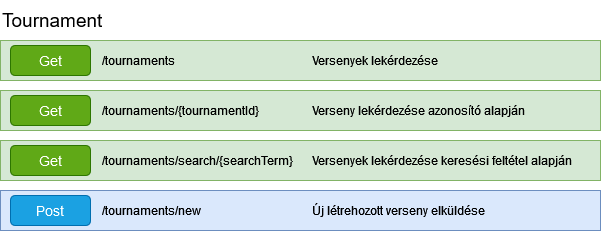
Before: szakdolgozat/images/Tournament_Vegpontok.drawio.png, a diagram exported from draw.io (TBalint1/P2GNFT_Szakdolgozat). Source tidied: cells renumbered, new cells last; positions are measured from the earlier drawing's top-left corner, leaving out a move shared by most shapes.
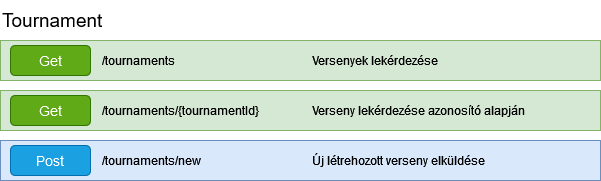
After the commit.

What changed in the source:
```diff
@@ -29,29 +29,17 @@
     <mxCell id="10" value="Verseny lekérdezése azonosító alapján" style="text;html=1;align=left;verticalAlign=middle;whiteSpace=wrap;rounded=0;" parent="1" vertex="1">
       <mxGeometry x="310" y="95" width="290" height="30" as="geometry" />
     </mxCell>
-    <mxCell id="11" style="rounded=0;whiteSpace=wrap;html=1;fillColor=#d5e8d4;strokeColor=#82b366;" parent="1" vertex="1">
-      <mxGeometry y="140" width="600" height="40" as="geometry" />
-    </mxCell>
-    <mxCell id="12" value="&lt;font style=&quot;font-size: 14px;&quot;&gt;Get&lt;/font&gt;" style="rounded=1;whiteSpace=wrap;html=1;fillColor=#60a917;strokeColor=#2D7600;fontColor=#ffffff;" parent="1" vertex="1">
-      <mxGeometry x="10" y="145" width="80" height="30" as="geometry" />
-    </mxCell>
-    <mxCell id="13" value="/tournaments/search/{searchTerm}" style="text;html=1;align=left;verticalAlign=middle;whiteSpace=wrap;rounded=0;" parent="1" vertex="1">
-      <mxGeometry x="100" y="145" width="200" height="30" as="geometry" />
-    </mxCell>
-    <mxCell id="14" value="Versenyek lekérdezése keresési feltétel alapján" style="text;html=1;align=left;verticalAlign=middle;whiteSpace=wrap;rounded=0;" parent="1" vertex="1">
-      <mxGeometry x="310" y="145" width="290" height="30" as="geometry" />
-    </mxCell>
     <mxCell id="15" style="rounded=0;whiteSpace=wrap;html=1;fillColor=#dae8fc;strokeColor=#6c8ebf;" parent="1" vertex="1">
-      <mxGeometry y="190" width="600" height="40" as="geometry" />
+      <mxGeometry y="140" width="600" height="40" as="geometry" />
     </mxCell>
     <mxCell id="16" value="&lt;font style=&quot;font-size: 14px;&quot;&gt;Post&lt;/font&gt;" style="rounded=1;whiteSpace=wrap;html=1;fillColor=#1ba1e2;strokeColor=#006EAF;fontColor=#ffffff;" parent="1" vertex="1">
-      <mxGeometry x="10" y="195" width="80" height="30" as="geometry" />
+      <mxGeometry x="10" y="145" width="80" height="30" as="geometry" />
     </mxCell>
     <mxCell id="17" value="/tournaments/new" style="text;html=1;align=left;verticalAlign=middle;whiteSpace=wrap;rounded=0;" parent="1" vertex="1">
-      <mxGeometry x="100" y="195" width="140" height="30" as="geometry" />
+      <mxGeometry x="100" y="145" width="140" height="30" as="geometry" />
     </mxCell>
     <mxCell id="18" value="Új létrehozott verseny elküldése" style="text;html=1;align=left;verticalAlign=middle;whiteSpace=wrap;rounded=0;" parent="1" vertex="1">
-      <mxGeometry x="310" y="195" width="290" height="30" as="geometry" />
+      <mxGeometry x="310" y="145" width="290" height="30" as="geometry" />
     </mxCell>
   </root>
 </mxGraphModel>
```
